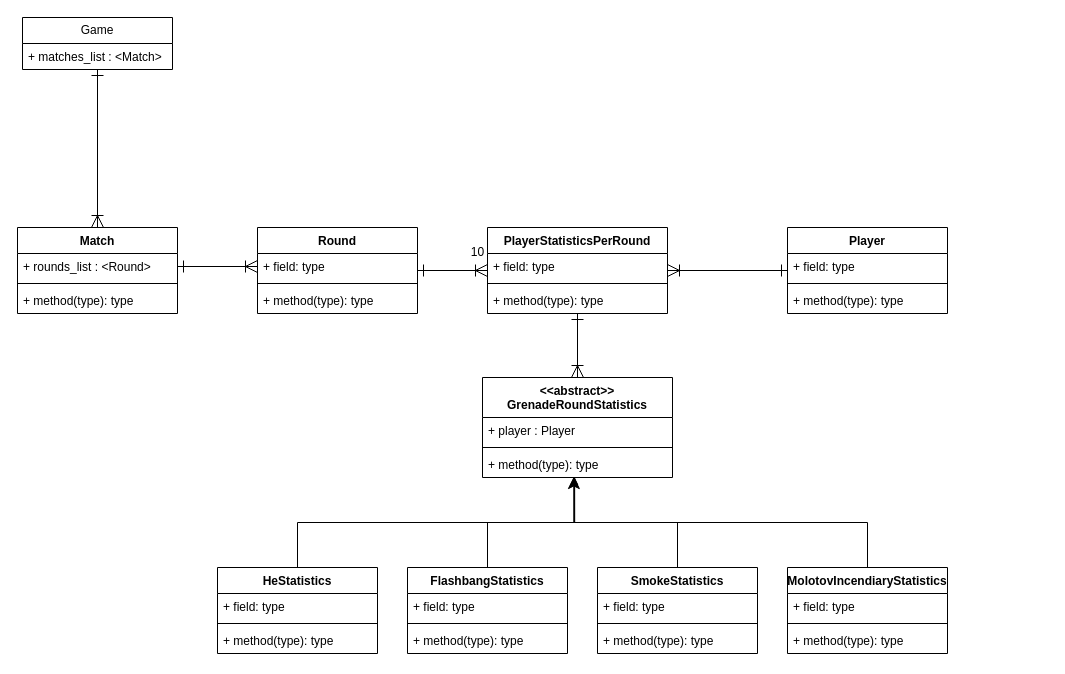
This is game_statistics_architecture.drawio from emanueldopater/drawio, a draw.io file, before an edit. Source tidied: cells renumbered, new cells numbered last; positions are measured from the earlier drawing's top-left corner, leaving out a move shared by most shapes. Both pictures are drawn from the tidied source at 100%, with x=0, y=0 at pixel (17, 17).
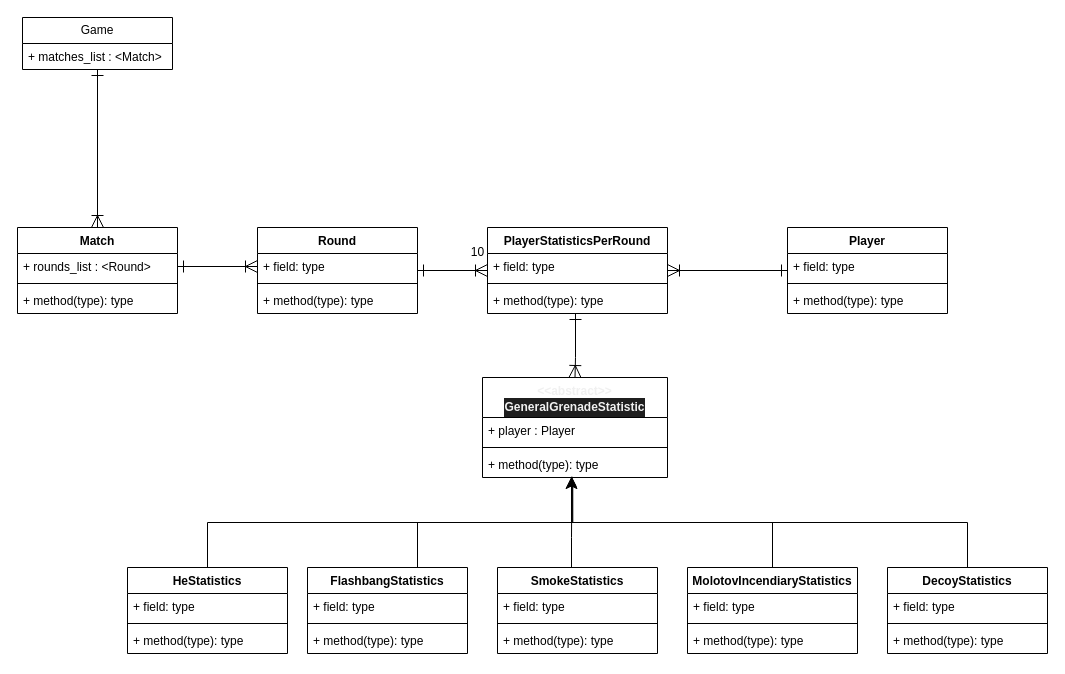
The same diagram, later.

The change refers to these unchanged cells:
```xml
<mxCell id="10" value="PlayerStatisticsPerRound" style="swimlane;fontStyle=1;align=center;verticalAlign=top;horizontal=1;startSize=26;whiteSpace=wrap;html=1;" parent="1" vertex="1">
  <mxGeometry x="470" y="210" width="180" height="86" as="geometry" />
</mxCell>
```

What changed in the source:
```diff
@@
     <mxCell id="9" style="edgeStyle=orthogonalEdgeStyle;rounded=0;jettySize=auto;html=1;entryX=0.5;entryY=0;entryDx=0;entryDy=0;endArrow=ERoneToMany;endFill=0;startArrow=ERone;startFill=0;endSize=10;startSize=10;" parent="1" edge="1" source="10" target="15">
-      <mxGeometry relative="1" as="geometry" />
+      <mxGeometry relative="1" as="geometry">
+        <Array as="points">
+          <mxPoint x="558" y="340" />
+          <mxPoint x="558" y="340" />
+        </Array>
+      </mxGeometry>
     </mxCell>
@@
-    <mxCell id="15" value="&amp;lt;&amp;lt;abstract&amp;gt;&amp;gt;&lt;br&gt;GrenadeRoundStatistics" style="swimlane;fontStyle=1;align=center;verticalAlign=top;horizontal=1;startSize=40;whiteSpace=wrap;html=1;" parent="1" vertex="1">
-      <mxGeometry x="465" y="360" width="190" height="100" as="geometry" />
+    <mxCell id="15" value="&lt;font style=&quot;font-size: 12px;&quot;&gt;&amp;lt;&amp;lt;abstract&amp;gt;&amp;gt;&lt;br&gt;&lt;/font&gt;&lt;div style=&quot;background-color: rgb(31, 31, 31); line-height: 19px;&quot;&gt;&lt;font style=&quot;font-size: 12px;&quot;&gt;GeneralGrenadeStatistic&lt;/font&gt;&lt;/div&gt;" style="swimlane;fontStyle=1;align=center;verticalAlign=top;horizontal=1;startSize=40;whiteSpace=wrap;html=1;fontFamily=Helvetica;fontColor=#F0F0F0;" parent="1" vertex="1">
+      <mxGeometry x="465" y="360" width="185" height="100" as="geometry" />
     </mxCell>
     <mxCell id="16" value="+ player : Player&lt;br&gt;" style="text;strokeColor=none;fillColor=none;align=left;verticalAlign=top;spacingLeft=4;spacingRight=4;overflow=hidden;whiteSpace=wrap;html=1;" parent="15" vertex="1">
-      <mxGeometry y="40" width="190" height="26" as="geometry" />
+      <mxGeometry y="40" width="185" height="26" as="geometry" />
     </mxCell>
     <mxCell id="17" style="line;strokeWidth=1;fillColor=none;align=left;verticalAlign=middle;spacingTop=-1;spacingLeft=3;spacingRight=3;labelPosition=right;strokeColor=inherit;" parent="15" vertex="1">
-      <mxGeometry y="66" width="190" height="8" as="geometry" />
+      <mxGeometry y="66" width="185" height="8" as="geometry" />
     </mxCell>
     <mxCell id="18" value="+ method(type): type" style="text;strokeColor=none;fillColor=none;align=left;verticalAlign=top;spacingLeft=4;spacingRight=4;overflow=hidden;points=[[0,0.5],[1,0.5]];portConstraint=eastwest;whiteSpace=wrap;html=1;" parent="15" vertex="1">
-      <mxGeometry y="74" width="190" height="26" as="geometry" />
+      <mxGeometry y="74" width="185" height="26" as="geometry" />
     </mxCell>
@@
     <mxCell id="20" value="HeStatistics" style="swimlane;fontStyle=1;align=center;verticalAlign=top;horizontal=1;startSize=26;whiteSpace=wrap;html=1;" parent="1" vertex="1">
-      <mxGeometry x="200" y="550" width="160" height="86" as="geometry" />
+      <mxGeometry x="110" y="550" width="160" height="86" as="geometry" />
     </mxCell>
@@
     <mxCell id="24" style="edgeStyle=orthogonalEdgeStyle;rounded=0;jettySize=auto;html=1;endArrow=none;endFill=0;entryX=0.485;entryY=0.992;entryDx=0;entryDy=0;entryPerimeter=0;" parent="1" edge="1" source="25" target="18">
       <mxGeometry relative="1" as="geometry">
         <Array as="points">
-          <mxPoint x="470" y="505" />
-          <mxPoint x="557" y="505" />
+          <mxPoint x="400" y="505" />
+          <mxPoint x="555" y="505" />
         </Array>
       </mxGeometry>
     </mxCell>
     <mxCell id="25" value="FlashbangStatistics" style="swimlane;fontStyle=1;align=center;verticalAlign=top;horizontal=1;startSize=26;whiteSpace=wrap;html=1;" parent="1" vertex="1">
-      <mxGeometry x="390" y="550" width="160" height="86" as="geometry" />
+      <mxGeometry x="290" y="550" width="160" height="86" as="geometry" />
     </mxCell>
@@
     <mxCell id="29" style="edgeStyle=orthogonalEdgeStyle;rounded=0;jettySize=auto;html=1;entryX=0.483;entryY=1.026;entryDx=0;entryDy=0;entryPerimeter=0;" parent="1" edge="1" source="30" target="18">
-      <mxGeometry relative="1" as="geometry" />
+      <mxGeometry relative="1" as="geometry">
+        <Array as="points">
+          <mxPoint x="554" y="520" />
+          <mxPoint x="554" y="520" />
+        </Array>
+      </mxGeometry>
     </mxCell>
     <mxCell id="30" value="SmokeStatistics" style="swimlane;fontStyle=1;align=center;verticalAlign=top;horizontal=1;startSize=26;whiteSpace=wrap;html=1;" parent="1" vertex="1">
-      <mxGeometry x="580" y="550" width="160" height="86" as="geometry" />
+      <mxGeometry x="480" y="550" width="160" height="86" as="geometry" />
     </mxCell>
@@
-    <mxCell id="34" style="edgeStyle=orthogonalEdgeStyle;rounded=0;jettySize=auto;html=1;entryX=0.483;entryY=0.965;entryDx=0;entryDy=0;entryPerimeter=0;" parent="1" edge="1" source="35" target="18">
+    <mxCell id="34" style="edgeStyle=orthogonalEdgeStyle;rounded=0;jettySize=auto;html=1;entryX=0.483;entryY=0.965;entryDx=0;entryDy=0;entryPerimeter=0;endArrow=none;endFill=0;" parent="1" edge="1" source="35" target="18">
       <mxGeometry relative="1" as="geometry" />
     </mxCell>
     <mxCell id="35" value="MolotovIncendiaryStatistics&lt;br&gt;" style="swimlane;fontStyle=1;align=center;verticalAlign=top;horizontal=1;startSize=26;whiteSpace=wrap;html=1;" parent="1" vertex="1">
-      <mxGeometry x="770" y="550" width="160" height="86" as="geometry" />
+      <mxGeometry x="670" y="550" width="170" height="86" as="geometry" />
     </mxCell>
     <mxCell id="36" value="+ field: type" style="text;strokeColor=none;fillColor=none;align=left;verticalAlign=top;spacingLeft=4;spacingRight=4;overflow=hidden;whiteSpace=wrap;html=1;" parent="35" vertex="1">
-      <mxGeometry y="26" width="160" height="26" as="geometry" />
+      <mxGeometry y="26" width="170" height="26" as="geometry" />
     </mxCell>
     <mxCell id="37" style="line;strokeWidth=1;fillColor=none;align=left;verticalAlign=middle;spacingTop=-1;spacingLeft=3;spacingRight=3;labelPosition=right;strokeColor=inherit;" parent="35" vertex="1">
-      <mxGeometry y="52" width="160" height="8" as="geometry" />
+      <mxGeometry y="52" width="170" height="8" as="geometry" />
     </mxCell>
     <mxCell id="38" value="+ method(type): type" style="text;strokeColor=none;fillColor=none;align=left;verticalAlign=top;spacingLeft=4;spacingRight=4;overflow=hidden;whiteSpace=wrap;html=1;" parent="35" vertex="1">
-      <mxGeometry y="60" width="160" height="26" as="geometry" />
+      <mxGeometry y="60" width="170" height="26" as="geometry" />
     </mxCell>
@@
+    <mxCell id="50" style="edgeStyle=orthogonalEdgeStyle;rounded=0;jettySize=auto;html=1;exitX=0.5;exitY=0;exitDx=0;exitDy=0;entryX=0.488;entryY=1.038;entryDx=0;entryDy=0;entryPerimeter=0;" parent="1" edge="1" source="51" target="18">
+      <mxGeometry relative="1" as="geometry" />
+    </mxCell>
+    <mxCell id="51" value="DecoyStatistics&lt;br&gt;" style="swimlane;fontStyle=1;align=center;verticalAlign=top;horizontal=1;startSize=26;whiteSpace=wrap;html=1;" parent="1" vertex="1">
+      <mxGeometry x="870" y="550" width="160" height="86" as="geometry" />
+    </mxCell>
+    <mxCell id="52" value="+ field: type" style="text;strokeColor=none;fillColor=none;align=left;verticalAlign=top;spacingLeft=4;spacingRight=4;overflow=hidden;whiteSpace=wrap;html=1;" parent="51" vertex="1">
+      <mxGeometry y="26" width="160" height="26" as="geometry" />
+    </mxCell>
+    <mxCell id="53" style="line;strokeWidth=1;fillColor=none;align=left;verticalAlign=middle;spacingTop=-1;spacingLeft=3;spacingRight=3;labelPosition=right;strokeColor=inherit;" parent="51" vertex="1">
+      <mxGeometry y="52" width="160" height="8" as="geometry" />
+    </mxCell>
+    <mxCell id="54" value="+ method(type): type" style="text;strokeColor=none;fillColor=none;align=left;verticalAlign=top;spacingLeft=4;spacingRight=4;overflow=hidden;whiteSpace=wrap;html=1;" parent="51" vertex="1">
+      <mxGeometry y="60" width="160" height="26" as="geometry" />
+    </mxCell>
```
